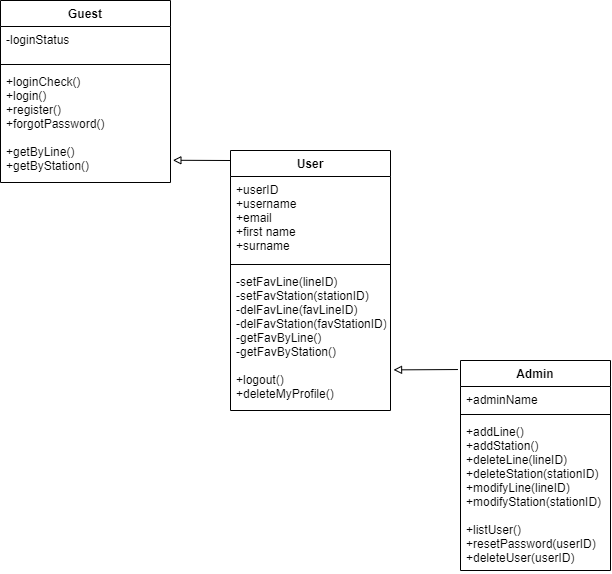
Earlier version of the draw.io export class_diagram_vonat.png (makoadampeter/vonatprojekt). Source tidied: cells renumbered, new cells last; positions are measured from the earlier drawing's top-left corner, leaving out a move shared by most shapes.
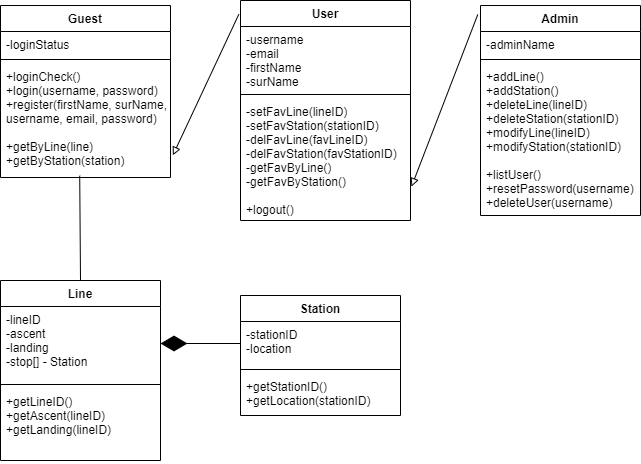
The same file after the commit.

Commit message:
Class diagram kiegészítése és javítása

The edit, as a diff of the source:
```diff
@@ -3,48 +3,76 @@
     <mxCell id="0" />
     <mxCell id="1" parent="0" />
     <mxCell id="2" value="Admin" style="swimlane;fontStyle=1;align=center;verticalAlign=top;horizontal=1;startSize=26;" parent="1" vertex="1">
-      <mxGeometry x="460" y="360" width="150" height="210" as="geometry" />
+      <mxGeometry x="480" width="160" height="210" as="geometry" />
     </mxCell>
-    <mxCell id="3" value="+adminName" style="text;strokeColor=none;fillColor=none;align=left;verticalAlign=top;spacingLeft=4;spacingRight=4;overflow=hidden;" parent="2" vertex="1">
-      <mxGeometry y="26" width="150" height="24" as="geometry" />
+    <mxCell id="3" value="-adminName" style="text;strokeColor=none;fillColor=none;align=left;verticalAlign=top;spacingLeft=4;spacingRight=4;overflow=hidden;" parent="2" vertex="1">
+      <mxGeometry y="26" width="160" height="24" as="geometry" />
     </mxCell>
     <mxCell id="4" style="line;strokeWidth=1;fillColor=none;align=left;verticalAlign=middle;spacingTop=-1;spacingLeft=3;spacingRight=3;labelPosition=right;" parent="2" vertex="1">
-      <mxGeometry y="50" width="150" height="8" as="geometry" />
+      <mxGeometry y="50" width="160" height="8" as="geometry" />
     </mxCell>
-    <mxCell id="5" value="+addLine()&#10;+addStation()&#10;+deleteLine(lineID)&#10;+deleteStation(stationID)&#10;+modifyLine(lineID)&#10;+modifyStation(stationID)&#10;&#10;+listUser()&#10;+resetPassword(userID)&#10;+deleteUser(userID)&#10;" style="text;strokeColor=none;fillColor=none;align=left;verticalAlign=top;spacingLeft=4;spacingRight=4;overflow=hidden;" parent="2" vertex="1">
-      <mxGeometry y="58" width="150" height="152" as="geometry" />
+    <mxCell id="5" value="+addLine()&#10;+addStation()&#10;+deleteLine(lineID)&#10;+deleteStation(stationID)&#10;+modifyLine(lineID)&#10;+modifyStation(stationID)&#10;&#10;+listUser()&#10;+resetPassword(username)&#10;+deleteUser(username)&#10;" style="text;strokeColor=none;fillColor=none;align=left;verticalAlign=top;spacingLeft=4;spacingRight=4;overflow=hidden;" parent="2" vertex="1">
+      <mxGeometry y="58" width="160" height="152" as="geometry" />
     </mxCell>
     <mxCell id="6" value="Guest" style="swimlane;fontStyle=1;align=center;verticalAlign=top;horizontal=1;startSize=26;" parent="1" vertex="1">
-      <mxGeometry width="170" height="182" as="geometry" />
+      <mxGeometry width="170" height="172" as="geometry" />
     </mxCell>
     <mxCell id="7" value="-loginStatus" style="text;strokeColor=none;fillColor=none;align=left;verticalAlign=top;spacingLeft=4;spacingRight=4;overflow=hidden;" parent="6" vertex="1">
-      <mxGeometry y="26" width="170" height="34" as="geometry" />
+      <mxGeometry y="26" width="170" height="24" as="geometry" />
     </mxCell>
     <mxCell id="8" style="line;strokeWidth=1;fillColor=none;align=left;verticalAlign=middle;spacingTop=-1;spacingLeft=3;spacingRight=3;labelPosition=right;" parent="6" vertex="1">
-      <mxGeometry y="60" width="170" height="8" as="geometry" />
+      <mxGeometry y="50" width="170" height="8" as="geometry" />
     </mxCell>
-    <mxCell id="9" value="+loginCheck()&#10;+login()&#10;+register()&#10;+forgotPassword()&#10;&#10;+getByLine()&#10;+getByStation()&#10;" style="text;strokeColor=none;fillColor=none;align=left;verticalAlign=top;spacingLeft=4;spacingRight=4;overflow=hidden;points=[[0,0.5],[1,0.5]];portConstraint=eastwest;" parent="6" vertex="1">
-      <mxGeometry y="68" width="170" height="114" as="geometry" />
+    <mxCell id="9" value="+loginCheck()&#10;+login(username, password)&#10;+register(firstName, surName,&#10;username, email, password)&#10;&#10;+getByLine(line)&#10;+getByStation(station)&#10;" style="text;strokeColor=none;fillColor=none;align=left;verticalAlign=top;spacingLeft=4;spacingRight=4;overflow=hidden;points=[[0,0.5],[1,0.5]];portConstraint=eastwest;" parent="6" vertex="1">
+      <mxGeometry y="58" width="170" height="114" as="geometry" />
     </mxCell>
     <mxCell id="10" value="User" style="swimlane;fontStyle=1;align=center;verticalAlign=top;horizontal=1;startSize=26;" parent="1" vertex="1">
-      <mxGeometry x="230" y="150" width="160" height="260" as="geometry" />
+      <mxGeometry x="240" y="-5" width="170" height="220" as="geometry" />
     </mxCell>
-    <mxCell id="11" value="+userID&#10;+username&#10;+email&#10;+first name&#10;+surname&#10;" style="text;strokeColor=none;fillColor=none;align=left;verticalAlign=top;spacingLeft=4;spacingRight=4;overflow=hidden;" parent="10" vertex="1">
-      <mxGeometry y="26" width="160" height="84" as="geometry" />
+    <mxCell id="11" value="-username&#10;-email&#10;-firstName&#10;-surName&#10;" style="text;strokeColor=none;fillColor=none;align=left;verticalAlign=top;spacingLeft=4;spacingRight=4;overflow=hidden;" parent="10" vertex="1">
+      <mxGeometry y="26" width="170" height="64" as="geometry" />
     </mxCell>
     <mxCell id="12" style="line;strokeWidth=1;fillColor=none;align=left;verticalAlign=middle;spacingTop=-1;spacingLeft=3;spacingRight=3;labelPosition=right;" parent="10" vertex="1">
-      <mxGeometry y="110" width="160" height="8" as="geometry" />
+      <mxGeometry y="90" width="170" height="8" as="geometry" />
     </mxCell>
-    <mxCell id="13" value="-setFavLine(lineID)&#10;-setFavStation(stationID)&#10;-delFavLine(favLineID)&#10;-delFavStation(favStationID)&#10;-getFavByLine()&#10;-getFavByStation()&#10;&#10;+logout()&#10;+deleteMyProfile()" style="text;strokeColor=none;fillColor=none;align=left;verticalAlign=top;spacingLeft=4;spacingRight=4;overflow=hidden;points=[[0,0.5],[1,0.5]];portConstraint=eastwest;" parent="10" vertex="1">
-      <mxGeometry y="118" width="160" height="142" as="geometry" />
+    <mxCell id="13" value="-setFavLine(lineID)&#10;-setFavStation(stationID)&#10;-delFavLine(favLineID)&#10;-delFavStation(favStationID)&#10;-getFavByLine()&#10;-getFavByStation()&#10;&#10;+logout()" style="text;strokeColor=none;fillColor=none;align=left;verticalAlign=top;spacingLeft=4;spacingRight=4;overflow=hidden;points=[[0,0.5],[1,0.5]];portConstraint=eastwest;" parent="10" vertex="1">
+      <mxGeometry y="98" width="170" height="122" as="geometry" />
     </mxCell>
-    <mxCell id="14" style="html=1;labelBackgroundColor=#ffffff;endArrow=block;endFill=0;jettySize=auto;strokeWidth=1;fontSize=14;rounded=0;strokeColor=default;startArrow=none;startFill=0;entryX=1.019;entryY=0.714;entryDx=0;entryDy=0;exitX=-0.017;exitY=0.043;exitDx=0;exitDy=0;entryPerimeter=0;exitPerimeter=0;" parent="1" edge="1" source="2" target="13">
+    <mxCell id="14" style="html=1;labelBackgroundColor=#ffffff;endArrow=block;endFill=0;jettySize=auto;strokeWidth=1;fontSize=14;rounded=0;strokeColor=default;startArrow=none;startFill=0;exitX=-0.017;exitY=0.043;exitDx=0;exitDy=0;exitPerimeter=0;entryX=1.006;entryY=0.722;entryDx=0;entryDy=0;entryPerimeter=0;" parent="1" edge="1" source="2" target="13">
       <mxGeometry relative="1" as="geometry" />
     </mxCell>
-    <mxCell id="15" style="html=1;labelBackgroundColor=#ffffff;endArrow=block;endFill=0;jettySize=auto;strokeWidth=1;fontSize=14;rounded=0;strokeColor=default;startArrow=none;startFill=0;entryX=1.014;entryY=0.805;entryDx=0;entryDy=0;entryPerimeter=0;" parent="1" edge="1" target="9">
-      <mxGeometry relative="1" as="geometry">
-        <mxPoint x="230" y="160" as="sourcePoint" />
-      </mxGeometry>
+    <mxCell id="15" style="html=1;labelBackgroundColor=#ffffff;endArrow=block;endFill=0;jettySize=auto;strokeWidth=1;fontSize=14;rounded=0;strokeColor=default;startArrow=none;startFill=0;entryX=1.014;entryY=0.805;entryDx=0;entryDy=0;entryPerimeter=0;exitX=-0.01;exitY=0.063;exitDx=0;exitDy=0;exitPerimeter=0;" parent="1" edge="1" source="10" target="9">
+      <mxGeometry relative="1" as="geometry" />
     </mxCell>
+    <mxCell id="16" value="Station" style="swimlane;fontStyle=1;align=center;verticalAlign=top;horizontal=1;startSize=26;" parent="1" vertex="1">
+      <mxGeometry x="240" y="290" width="160" height="120" as="geometry" />
+    </mxCell>
+    <mxCell id="17" value="-stationID&#10;-location" style="text;strokeColor=none;fillColor=none;align=left;verticalAlign=top;spacingLeft=4;spacingRight=4;overflow=hidden;points=[[0,0.5],[1,0.5]];portConstraint=eastwest;" parent="16" vertex="1">
+      <mxGeometry y="26" width="160" height="44" as="geometry" />
+    </mxCell>
+    <mxCell id="18" style="line;strokeWidth=1;fillColor=none;align=left;verticalAlign=middle;spacingTop=-1;spacingLeft=3;spacingRight=3;labelPosition=right;" parent="16" vertex="1">
+      <mxGeometry y="70" width="160" height="8" as="geometry" />
+    </mxCell>
+    <mxCell id="19" value="+getStationID()&#10;+getLocation(stationID)" style="text;strokeColor=none;fillColor=none;align=left;verticalAlign=top;spacingLeft=4;spacingRight=4;overflow=hidden;" parent="16" vertex="1">
+      <mxGeometry y="78" width="160" height="42" as="geometry" />
+    </mxCell>
+    <mxCell id="20" value="Line" style="swimlane;fontStyle=1;align=center;verticalAlign=top;horizontal=1;startSize=26;" parent="1" vertex="1">
+      <mxGeometry y="275" width="160" height="180" as="geometry" />
+    </mxCell>
+    <mxCell id="21" value="-lineID&#10;-ascent&#10;-landing&#10;-stop[] - Station&#10;" style="text;strokeColor=none;fillColor=none;align=left;verticalAlign=top;spacingLeft=4;spacingRight=4;overflow=hidden;points=[[0,0.5],[1,0.5]];portConstraint=eastwest;" parent="20" vertex="1">
+      <mxGeometry y="26" width="160" height="74" as="geometry" />
+    </mxCell>
+    <mxCell id="22" style="line;strokeWidth=1;fillColor=none;align=left;verticalAlign=middle;spacingTop=-1;spacingLeft=3;spacingRight=3;labelPosition=right;" parent="20" vertex="1">
+      <mxGeometry y="100" width="160" height="8" as="geometry" />
+    </mxCell>
+    <mxCell id="23" value="+getLineID()&#10;+getAscent(lineID)&#10;+getLanding(lineID)&#10;" style="text;strokeColor=none;fillColor=none;align=left;verticalAlign=top;spacingLeft=4;spacingRight=4;overflow=hidden;" parent="20" vertex="1">
+      <mxGeometry y="108" width="160" height="72" as="geometry" />
+    </mxCell>
+    <mxCell id="24" style="endArrow=none;html=1;rounded=0;exitX=0.5;exitY=0;exitDx=0;exitDy=0;entryX=0.466;entryY=0.984;entryDx=0;entryDy=0;entryPerimeter=0;" parent="1" edge="1" source="20" target="9">
+      <mxGeometry relative="1" as="geometry" />
+    </mxCell>
+    <mxCell id="25" style="endArrow=diamondThin;endFill=1;endSize=24;html=1;rounded=0;entryX=1;entryY=0.5;entryDx=0;entryDy=0;" parent="1" edge="1" source="17" target="21">
+      <mxGeometry relative="1" as="geometry" />
+    </mxCell>
   </root>
 </mxGraphModel>
```
